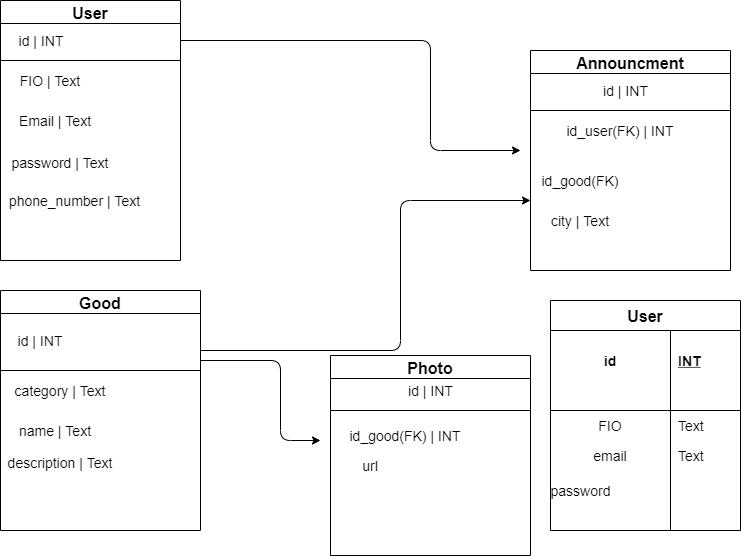
The draw.io diagram DataBase.png in Amir0701/Rustem, before a commit. Source tidied: cells renumbered, new cells last; positions are measured from the earlier drawing's top-left corner, leaving out a move shared by most shapes.
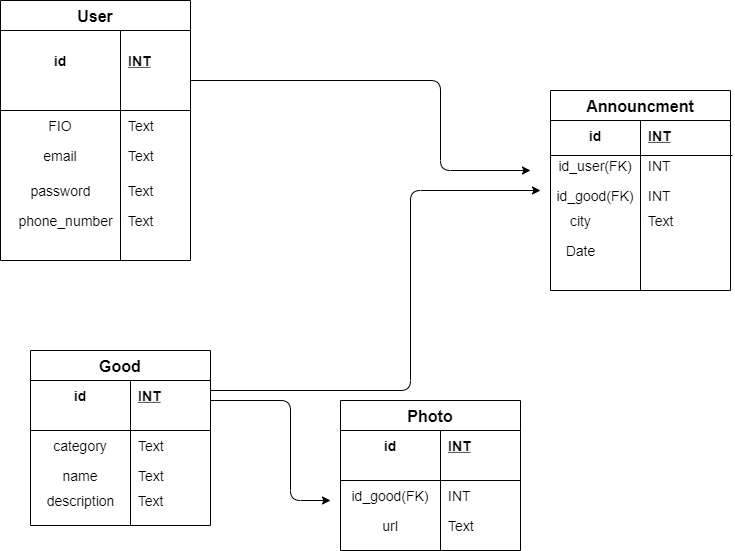
After the change.

Diff of the diagram source:
```diff
@@ -2,122 +2,38 @@
   <root>
     <mxCell id="0" />
     <mxCell id="1" parent="0" />
-    <mxCell id="2" value="User" style="swimlane;fontSize=16;" parent="1" vertex="1">
-      <mxGeometry width="180" height="260" as="geometry" />
-    </mxCell>
-    <mxCell id="3" style="endArrow=none;html=1;" parent="2" edge="1">
-      <mxGeometry relative="1" as="geometry">
-        <mxPoint y="60" as="sourcePoint" />
-        <mxPoint x="180" y="60" as="targetPoint" />
-      </mxGeometry>
-    </mxCell>
-    <mxCell id="4" value="&lt;font style=&quot;font-size: 14px&quot;&gt;FIO | Text&lt;/font&gt;" style="text;html=1;strokeColor=none;fillColor=none;align=center;verticalAlign=middle;whiteSpace=wrap;rounded=0;" parent="2" vertex="1">
-      <mxGeometry x="5" y="70" width="90" height="20" as="geometry" />
-    </mxCell>
-    <mxCell id="5" value="&lt;font style=&quot;font-size: 14px&quot;&gt;Email | Text&lt;/font&gt;" style="text;html=1;strokeColor=none;fillColor=none;align=center;verticalAlign=middle;whiteSpace=wrap;rounded=0;" parent="2" vertex="1">
-      <mxGeometry y="110" width="110" height="20" as="geometry" />
-    </mxCell>
-    <mxCell id="6" value="&lt;font style=&quot;font-size: 14px&quot;&gt;password | Text&lt;br&gt;&lt;br&gt;&lt;/font&gt;" style="text;html=1;strokeColor=none;fillColor=none;align=center;verticalAlign=middle;whiteSpace=wrap;rounded=0;" parent="2" vertex="1">
-      <mxGeometry x="5" y="160" width="110" height="20" as="geometry" />
-    </mxCell>
-    <mxCell id="7" value="&lt;font style=&quot;font-size: 14px&quot;&gt;phone_number | Text&lt;br&gt;&lt;/font&gt;" style="text;html=1;strokeColor=none;fillColor=none;align=center;verticalAlign=middle;whiteSpace=wrap;rounded=0;" parent="2" vertex="1">
-      <mxGeometry x="5" y="190" width="139" height="20" as="geometry" />
-    </mxCell>
-    <mxCell id="8" value="&lt;font style=&quot;font-size: 14px&quot;&gt;id | INT&lt;/font&gt;" style="text;html=1;strokeColor=none;fillColor=none;align=center;verticalAlign=middle;whiteSpace=wrap;rounded=0;" parent="2" vertex="1">
-      <mxGeometry x="12" y="30" width="58" height="20" as="geometry" />
-    </mxCell>
-    <mxCell id="9" value="Good" style="swimlane;fontSize=16;" parent="1" vertex="1">
-      <mxGeometry y="290" width="200" height="240" as="geometry" />
-    </mxCell>
-    <mxCell id="10" value="&lt;font style=&quot;font-size: 14px&quot;&gt;id | INT&lt;/font&gt;" style="text;html=1;strokeColor=none;fillColor=none;align=center;verticalAlign=middle;whiteSpace=wrap;rounded=0;" parent="9" vertex="1">
-      <mxGeometry x="10" y="40" width="60" height="20" as="geometry" />
-    </mxCell>
-    <mxCell id="11" style="endArrow=none;html=1;" parent="9" edge="1">
-      <mxGeometry relative="1" as="geometry">
-        <mxPoint y="80" as="sourcePoint" />
-        <mxPoint x="200" y="80" as="targetPoint" />
-      </mxGeometry>
-    </mxCell>
-    <mxCell id="12" value="&lt;font style=&quot;font-size: 14px&quot;&gt;category | Text&lt;/font&gt;" style="text;html=1;strokeColor=none;fillColor=none;align=center;verticalAlign=middle;whiteSpace=wrap;rounded=0;" parent="9" vertex="1">
-      <mxGeometry x="10" y="90" width="100" height="20" as="geometry" />
-    </mxCell>
-    <mxCell id="13" value="&lt;font style=&quot;font-size: 14px&quot;&gt;name | Text&lt;br&gt;&lt;/font&gt;" style="text;html=1;strokeColor=none;fillColor=none;align=center;verticalAlign=middle;whiteSpace=wrap;rounded=0;" parent="9" vertex="1">
-      <mxGeometry x="10" y="130" width="90" height="20" as="geometry" />
-    </mxCell>
-    <mxCell id="14" value="&lt;font style=&quot;font-size: 14px&quot;&gt;description | Text&lt;br&gt;&lt;br&gt;&lt;/font&gt;" style="text;html=1;strokeColor=none;fillColor=none;align=center;verticalAlign=middle;whiteSpace=wrap;rounded=0;" parent="9" vertex="1">
-      <mxGeometry x="5" y="170" width="110" height="20" as="geometry" />
-    </mxCell>
-    <mxCell id="15" value="Photo" style="swimlane;startSize=23;fontSize=16;" parent="1" vertex="1">
-      <mxGeometry x="330" y="355" width="200" height="200" as="geometry" />
-    </mxCell>
-    <mxCell id="16" value="&lt;font style=&quot;font-size: 14px&quot;&gt;id_good(FK) | INT&lt;/font&gt;" style="text;html=1;strokeColor=none;fillColor=none;align=center;verticalAlign=middle;whiteSpace=wrap;rounded=0;" parent="15" vertex="1">
-      <mxGeometry x="10" y="70" width="130" height="20" as="geometry" />
-    </mxCell>
-    <mxCell id="17" value="&lt;font style=&quot;font-size: 14px&quot;&gt;url&lt;/font&gt;" style="text;html=1;strokeColor=none;fillColor=none;align=center;verticalAlign=middle;whiteSpace=wrap;rounded=0;" parent="15" vertex="1">
-      <mxGeometry x="20" y="100" width="40" height="20" as="geometry" />
-    </mxCell>
-    <mxCell id="18" style="endArrow=none;html=1;" parent="1" edge="1">
-      <mxGeometry relative="1" as="geometry">
-        <mxPoint x="330" y="410" as="sourcePoint" />
-        <mxPoint x="530" y="410" as="targetPoint" />
-      </mxGeometry>
-    </mxCell>
-    <mxCell id="19" value="&lt;font style=&quot;font-size: 14px&quot;&gt;id | INT&lt;/font&gt;" style="text;html=1;align=center;verticalAlign=middle;strokeColor=none;fillColor=none;" parent="1" vertex="1">
-      <mxGeometry x="400" y="380" width="60" height="20" as="geometry" />
-    </mxCell>
-    <mxCell id="20" value="Announcment" style="swimlane;fontSize=16;" parent="1" vertex="1">
-      <mxGeometry x="530" y="50" width="200" height="220" as="geometry" />
-    </mxCell>
-    <mxCell id="21" style="endArrow=none;html=1;" parent="20" edge="1">
-      <mxGeometry relative="1" as="geometry">
-        <mxPoint y="60" as="sourcePoint" />
-        <mxPoint x="200" y="60" as="targetPoint" />
-      </mxGeometry>
-    </mxCell>
-    <mxCell id="22" value="&lt;font style=&quot;font-size: 14px&quot;&gt;id_user(FK) | INT&lt;/font&gt;" style="text;html=1;strokeColor=none;fillColor=none;align=center;verticalAlign=middle;whiteSpace=wrap;rounded=0;strokeWidth=1;" parent="20" vertex="1">
-      <mxGeometry x="30" y="70" width="120" height="20" as="geometry" />
-    </mxCell>
-    <mxCell id="23" value="&lt;font style=&quot;font-size: 14px&quot;&gt;id_good(FK)&lt;/font&gt;" style="text;html=1;strokeColor=none;fillColor=none;align=center;verticalAlign=middle;whiteSpace=wrap;rounded=0;" parent="20" vertex="1">
-      <mxGeometry x="30" y="120" width="40" height="20" as="geometry" />
-    </mxCell>
-    <mxCell id="24" value="&lt;font style=&quot;font-size: 14px&quot;&gt;city | Text&lt;/font&gt;" style="text;html=1;strokeColor=none;fillColor=none;align=center;verticalAlign=middle;whiteSpace=wrap;rounded=0;" parent="20" vertex="1">
-      <mxGeometry x="10" y="160" width="80" height="20" as="geometry" />
-    </mxCell>
-    <mxCell id="25" value="&lt;font style=&quot;font-size: 14px&quot;&gt;id | INT&lt;/font&gt;" style="text;html=1;align=center;verticalAlign=middle;strokeColor=none;fillColor=none;" parent="1" vertex="1">
-      <mxGeometry x="595" y="80" width="60" height="20" as="geometry" />
-    </mxCell>
     <mxCell id="26" style="endArrow=classic;html=1;" parent="1" edge="1">
       <mxGeometry relative="1" as="geometry">
         <mxPoint x="180" y="40" as="sourcePoint" />
-        <mxPoint x="520" y="150" as="targetPoint" />
+        <mxPoint x="520" y="130" as="targetPoint" />
         <Array as="points">
           <mxPoint x="430" y="40" />
-          <mxPoint x="430" y="150" />
+          <mxPoint x="430" y="130" />
         </Array>
       </mxGeometry>
     </mxCell>
     <mxCell id="27" style="endArrow=classic;html=1;" parent="1" edge="1">
       <mxGeometry relative="1" as="geometry">
         <mxPoint x="200" y="350" as="sourcePoint" />
-        <mxPoint x="530" y="200" as="targetPoint" />
+        <mxPoint x="530" y="150" as="targetPoint" />
         <Array as="points">
           <mxPoint x="400" y="350" />
-          <mxPoint x="400" y="200" />
+          <mxPoint x="400" y="150" />
         </Array>
       </mxGeometry>
     </mxCell>
     <mxCell id="28" style="endArrow=classic;html=1;" parent="1" edge="1">
       <mxGeometry relative="1" as="geometry">
         <mxPoint x="200" y="360" as="sourcePoint" />
-        <mxPoint x="320" y="440" as="targetPoint" />
+        <mxPoint x="320" y="460" as="targetPoint" />
         <Array as="points">
           <mxPoint x="280" y="360" />
-          <mxPoint x="280" y="440" />
+          <mxPoint x="280" y="460" />
         </Array>
       </mxGeometry>
     </mxCell>
     <mxCell id="29" value="User" style="shape=table;startSize=30;rowLines=0;fontStyle=1;align=center;fontSize=16;" parent="1" vertex="1">
-      <mxGeometry x="550" y="300" width="190" height="230" as="geometry" />
+      <mxGeometry x="-10" y="-40" width="190" height="260" as="geometry" />
     </mxCell>
     <mxCell id="30" style="shape=partialRectangle;fillColor=none;top=0;left=0;bottom=0;right=0;" parent="29" vertex="1">
       <mxGeometry y="30" width="190" height="60" as="geometry" />
@@ -156,7 +72,144 @@
       <mxGeometry x="120" width="70" height="30" as="geometry" />
     </mxCell>
     <mxCell id="42" value="password" style="text;html=1;align=center;verticalAlign=middle;strokeColor=none;fillColor=none;fontSize=14;" parent="1" vertex="1">
-      <mxGeometry x="540" y="480" width="80" height="20" as="geometry" />
+      <mxGeometry x="10" y="140" width="80" height="20" as="geometry" />
     </mxCell>
+    <mxCell id="43" value="&lt;font style=&quot;font-size: 14px&quot;&gt;Text&lt;/font&gt;" style="text;html=1;align=center;verticalAlign=middle;strokeColor=none;fillColor=none;" parent="1" vertex="1">
+      <mxGeometry x="110" y="140" width="40" height="20" as="geometry" />
+    </mxCell>
+    <mxCell id="44" value="&lt;font style=&quot;font-size: 14px&quot;&gt;phone_number&lt;/font&gt;" style="text;html=1;align=center;verticalAlign=middle;strokeColor=none;fillColor=none;" parent="1" vertex="1">
+      <mxGeometry y="170" width="110" height="20" as="geometry" />
+    </mxCell>
+    <mxCell id="45" value="&lt;font style=&quot;font-size: 14px&quot;&gt;Text&lt;/font&gt;" style="text;html=1;align=center;verticalAlign=middle;strokeColor=none;fillColor=none;" parent="1" vertex="1">
+      <mxGeometry x="110" y="170" width="40" height="20" as="geometry" />
+    </mxCell>
+    <mxCell id="20" value="Announcment" style="shape=table;startSize=30;rowLines=0;fontStyle=1;align=center;fontSize=16;" parent="1" vertex="1">
+      <mxGeometry x="540" y="50" width="180" height="200" as="geometry" />
+    </mxCell>
+    <mxCell id="46" style="shape=partialRectangle;fillColor=none;top=0;left=0;bottom=0;right=0;" parent="20" vertex="1">
+      <mxGeometry y="30" width="180" height="30" as="geometry" />
+    </mxCell>
+    <mxCell id="47" value="id" style="shape=partialRectangle;fillColor=none;top=0;left=0;bottom=0;right=0;fontStyle=1;overflow=hidden;fontSize=14;" parent="46" vertex="1">
+      <mxGeometry width="90" height="30" as="geometry" />
+    </mxCell>
+    <mxCell id="48" value="INT" style="shape=partialRectangle;fillColor=none;top=0;left=0;bottom=0;right=0;align=left;spacingLeft=6;fontStyle=5;overflow=hidden;fontSize=14;" parent="46" vertex="1">
+      <mxGeometry x="90" width="90" height="30" as="geometry" />
+    </mxCell>
+    <mxCell id="49" style="shape=partialRectangle;fillColor=none;top=0;left=0;bottom=0;right=0;points=[[0,0.5],[1,0.5]];portConstraint=eastwest;" parent="20" vertex="1">
+      <mxGeometry y="60" width="180" height="30" as="geometry" />
+    </mxCell>
+    <mxCell id="50" value="id_user(FK)" style="shape=partialRectangle;fillColor=none;top=0;left=0;bottom=0;right=0;overflow=hidden;fontSize=14;" parent="49" vertex="1">
+      <mxGeometry width="90" height="30" as="geometry" />
+    </mxCell>
+    <mxCell id="51" value="INT" style="shape=partialRectangle;fillColor=none;top=0;left=0;bottom=0;right=0;align=left;spacingLeft=6;overflow=hidden;fontSize=14;" parent="49" vertex="1">
+      <mxGeometry x="90" width="90" height="30" as="geometry" />
+    </mxCell>
+    <mxCell id="52" style="shape=partialRectangle;fillColor=none;top=0;left=0;bottom=0;right=0;" parent="20" vertex="1">
+      <mxGeometry y="90" width="180" height="30" as="geometry" />
+    </mxCell>
+    <mxCell id="53" value="id_good(FK)" style="shape=partialRectangle;fillColor=none;top=0;left=0;bottom=0;right=0;overflow=hidden;fontSize=14;" parent="52" vertex="1">
+      <mxGeometry width="90" height="30" as="geometry" />
+    </mxCell>
+    <mxCell id="54" value="INT" style="shape=partialRectangle;fillColor=none;top=0;left=0;bottom=0;right=0;align=left;spacingLeft=6;overflow=hidden;fontSize=14;" parent="52" vertex="1">
+      <mxGeometry x="90" width="90" height="30" as="geometry" />
+    </mxCell>
+    <mxCell id="55" style="endArrow=none;html=1;fontSize=14;entryX=1.011;entryY=0.167;entryDx=0;entryDy=0;entryPerimeter=0;" parent="1" edge="1" target="49">
+      <mxGeometry relative="1" as="geometry">
+        <mxPoint x="540" y="115" as="sourcePoint" />
+      </mxGeometry>
+    </mxCell>
+    <mxCell id="56" value="city" style="text;html=1;align=center;verticalAlign=middle;strokeColor=none;fillColor=none;fontSize=14;" parent="1" vertex="1">
+      <mxGeometry x="550" y="170" width="40" height="20" as="geometry" />
+    </mxCell>
+    <mxCell id="57" value="Text" style="text;html=1;align=center;verticalAlign=middle;strokeColor=none;fillColor=none;fontSize=14;" parent="1" vertex="1">
+      <mxGeometry x="630" y="170" width="40" height="20" as="geometry" />
+    </mxCell>
+    <mxCell id="58" value="Date" style="text;html=1;align=center;verticalAlign=middle;strokeColor=none;fillColor=none;fontSize=14;" parent="1" vertex="1">
+      <mxGeometry x="545" y="200" width="50" height="20" as="geometry" />
+    </mxCell>
+    <mxCell id="15" value="Photo" style="shape=table;startSize=30;rowLines=0;fontStyle=1;align=center;fontSize=16;" parent="1" vertex="1">
+      <mxGeometry x="330" y="360" width="180" height="150" as="geometry" />
+    </mxCell>
+    <mxCell id="59" style="shape=partialRectangle;fillColor=none;top=0;left=0;bottom=0;right=0;" parent="15" vertex="1">
+      <mxGeometry y="30" width="180" height="30" as="geometry" />
+    </mxCell>
+    <mxCell id="60" value="id" style="shape=partialRectangle;fillColor=none;top=0;left=0;bottom=0;right=0;fontStyle=1;overflow=hidden;fontSize=14;" parent="59" vertex="1">
+      <mxGeometry width="100" height="30" as="geometry" />
+    </mxCell>
+    <mxCell id="61" value="INT" style="shape=partialRectangle;fillColor=none;top=0;left=0;bottom=0;right=0;align=left;spacingLeft=6;fontStyle=5;overflow=hidden;fontSize=14;" parent="59" vertex="1">
+      <mxGeometry x="100" width="80" height="30" as="geometry" />
+    </mxCell>
+    <mxCell id="62" style="shape=partialRectangle;fillColor=none;top=0;left=0;bottom=1;right=0;" parent="15" vertex="1">
+      <mxGeometry y="60" width="180" height="20" as="geometry" />
+    </mxCell>
+    <mxCell id="63" style="shape=partialRectangle;fillColor=none;top=0;left=0;bottom=0;right=0;fontStyle=1;overflow=hidden;" parent="62" vertex="1">
+      <mxGeometry width="100" height="20" as="geometry" />
+    </mxCell>
+    <mxCell id="64" style="shape=partialRectangle;fillColor=none;top=0;left=0;bottom=0;right=0;align=left;spacingLeft=6;fontStyle=5;overflow=hidden;" parent="62" vertex="1">
+      <mxGeometry x="100" width="80" height="20" as="geometry" />
+    </mxCell>
+    <mxCell id="65" style="shape=partialRectangle;fillColor=none;top=0;left=0;bottom=0;right=0;" parent="15" vertex="1">
+      <mxGeometry y="80" width="180" height="30" as="geometry" />
+    </mxCell>
+    <mxCell id="66" value="id_good(FK)" style="shape=partialRectangle;fillColor=none;top=0;left=0;bottom=0;right=0;overflow=hidden;fontSize=14;" parent="65" vertex="1">
+      <mxGeometry width="100" height="30" as="geometry" />
+    </mxCell>
+    <mxCell id="67" value="INT" style="shape=partialRectangle;fillColor=none;top=0;left=0;bottom=0;right=0;align=left;spacingLeft=6;overflow=hidden;fontSize=14;" parent="65" vertex="1">
+      <mxGeometry x="100" width="80" height="30" as="geometry" />
+    </mxCell>
+    <mxCell id="68" style="shape=partialRectangle;fillColor=none;top=0;left=0;bottom=0;right=0;" parent="15" vertex="1">
+      <mxGeometry y="110" width="180" height="30" as="geometry" />
+    </mxCell>
+    <mxCell id="17" value="url" style="shape=partialRectangle;fillColor=none;top=0;left=0;bottom=0;right=0;overflow=hidden;fontSize=14;" parent="68" vertex="1">
+      <mxGeometry width="100" height="30" as="geometry" />
+    </mxCell>
+    <mxCell id="69" value="Text" style="shape=partialRectangle;fillColor=none;top=0;left=0;bottom=0;right=0;align=left;spacingLeft=6;overflow=hidden;fontSize=14;" parent="68" vertex="1">
+      <mxGeometry x="100" width="80" height="30" as="geometry" />
+    </mxCell>
+    <mxCell id="9" value="Good" style="shape=table;startSize=30;rowLines=0;fontStyle=1;align=center;fontSize=16;" parent="1" vertex="1">
+      <mxGeometry x="20" y="310" width="180" height="175" as="geometry" />
+    </mxCell>
+    <mxCell id="70" style="shape=partialRectangle;fillColor=none;top=0;left=0;bottom=0;right=0;" parent="9" vertex="1">
+      <mxGeometry y="30" width="180" height="30" as="geometry" />
+    </mxCell>
+    <mxCell id="71" value="id" style="shape=partialRectangle;fillColor=none;top=0;left=0;bottom=0;right=0;fontStyle=1;overflow=hidden;fontSize=14;" parent="70" vertex="1">
+      <mxGeometry width="100" height="30" as="geometry" />
+    </mxCell>
+    <mxCell id="72" value="INT" style="shape=partialRectangle;fillColor=none;top=0;left=0;bottom=0;right=0;align=left;spacingLeft=6;fontStyle=5;overflow=hidden;fontSize=14;" parent="70" vertex="1">
+      <mxGeometry x="100" width="80" height="30" as="geometry" />
+    </mxCell>
+    <mxCell id="73" style="shape=partialRectangle;fillColor=none;top=0;left=0;bottom=1;right=0;" parent="9" vertex="1">
+      <mxGeometry y="60" width="180" height="20" as="geometry" />
+    </mxCell>
+    <mxCell id="74" style="shape=partialRectangle;fillColor=none;top=0;left=0;bottom=0;right=0;fontStyle=1;overflow=hidden;" parent="73" vertex="1">
+      <mxGeometry width="100" height="20" as="geometry" />
+    </mxCell>
+    <mxCell id="75" style="shape=partialRectangle;fillColor=none;top=0;left=0;bottom=0;right=0;align=left;spacingLeft=6;fontStyle=5;overflow=hidden;" parent="73" vertex="1">
+      <mxGeometry x="100" width="80" height="20" as="geometry" />
+    </mxCell>
+    <mxCell id="76" style="shape=partialRectangle;fillColor=none;top=0;left=0;bottom=0;right=0;" parent="9" vertex="1">
+      <mxGeometry y="80" width="180" height="30" as="geometry" />
+    </mxCell>
+    <mxCell id="77" value="category" style="shape=partialRectangle;fillColor=none;top=0;left=0;bottom=0;right=0;overflow=hidden;fontSize=14;" parent="76" vertex="1">
+      <mxGeometry width="100" height="30" as="geometry" />
+    </mxCell>
+    <mxCell id="78" value="Text" style="shape=partialRectangle;fillColor=none;top=0;left=0;bottom=0;right=0;align=left;spacingLeft=6;overflow=hidden;fontSize=14;" parent="76" vertex="1">
+      <mxGeometry x="100" width="80" height="30" as="geometry" />
+    </mxCell>
+    <mxCell id="79" style="shape=partialRectangle;fillColor=none;top=0;left=0;bottom=0;right=0;" parent="9" vertex="1">
+      <mxGeometry y="110" width="180" height="30" as="geometry" />
+    </mxCell>
+    <mxCell id="80" value="name" style="shape=partialRectangle;fillColor=none;top=0;left=0;bottom=0;right=0;overflow=hidden;fontSize=14;" parent="79" vertex="1">
+      <mxGeometry width="100" height="30" as="geometry" />
+    </mxCell>
+    <mxCell id="81" value="Text" style="shape=partialRectangle;fillColor=none;top=0;left=0;bottom=0;right=0;align=left;spacingLeft=6;overflow=hidden;fontSize=14;" parent="79" vertex="1">
+      <mxGeometry x="100" width="80" height="30" as="geometry" />
+    </mxCell>
+    <mxCell id="82" value="description" style="text;html=1;align=center;verticalAlign=middle;strokeColor=none;fillColor=none;fontSize=14;" parent="1" vertex="1">
+      <mxGeometry x="30" y="450" width="80" height="20" as="geometry" />
+    </mxCell>
+    <mxCell id="83" value="Text" style="text;html=1;align=center;verticalAlign=middle;strokeColor=none;fillColor=none;fontSize=14;" parent="1" vertex="1">
+      <mxGeometry x="120" y="450" width="40" height="20" as="geometry" />
+    </mxCell>
   </root>
 </mxGraphModel>
```
